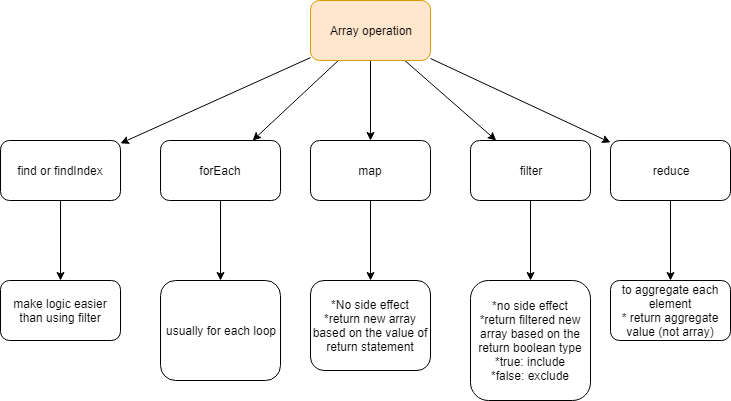
Before: array_operation.png, a diagram exported from draw.io (stsiwo/js_concept). Source tidied: cells renumbered, new cells last; positions are measured from the earlier drawing's top-left corner, leaving out a move shared by most shapes.
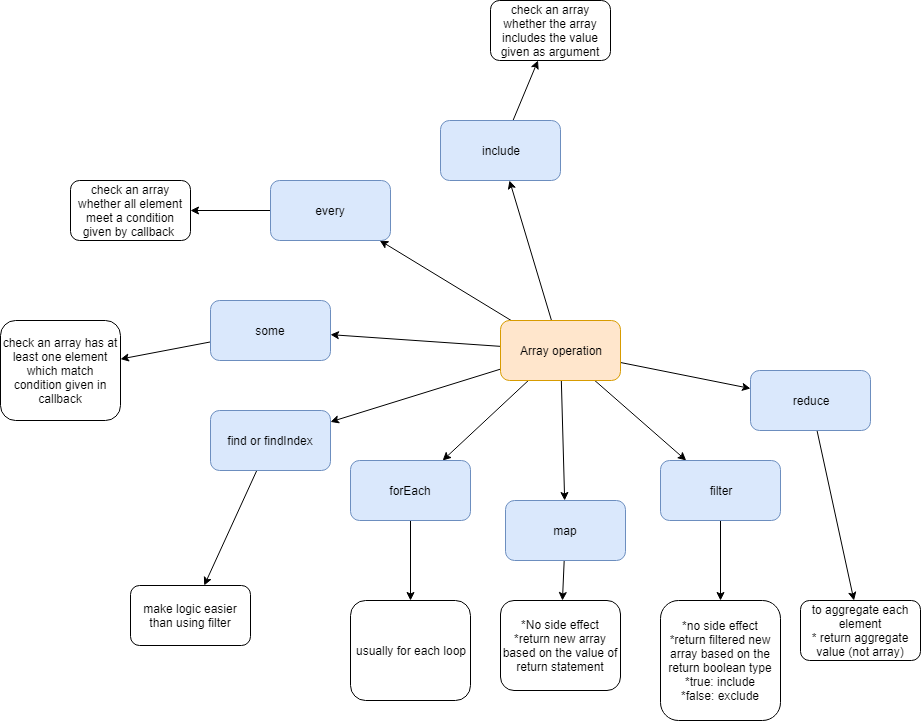
The same file after the commit.

The edit, as a diff of the source:
```diff
@@ -17,13 +17,40 @@
     <mxCell id="6" style="edgeStyle=none;rounded=0;html=1;jettySize=auto;" parent="1" edge="1" source="7" target="21">
       <mxGeometry relative="1" as="geometry" />
     </mxCell>
+    <mxCell id="23" style="edgeStyle=none;rounded=0;html=1;jettySize=auto;" parent="1" edge="1" source="7" target="33">
+      <mxGeometry relative="1" as="geometry" />
+    </mxCell>
+    <mxCell id="24" style="edgeStyle=none;rounded=0;html=1;jettySize=auto;" parent="1" edge="1" source="7" target="30">
+      <mxGeometry relative="1" as="geometry" />
+    </mxCell>
+    <mxCell id="25" style="edgeStyle=none;rounded=0;html=1;jettySize=auto;" parent="1" edge="1" source="7" target="27">
+      <mxGeometry relative="1" as="geometry" />
+    </mxCell>
     <mxCell id="7" value="Array operation" style="rounded=1;whiteSpace=wrap;html=1;fillColor=#ffe6cc;strokeColor=#d79b00;" parent="1" vertex="1">
       <mxGeometry x="310" width="120" height="60" as="geometry" />
     </mxCell>
+    <mxCell id="26" style="edgeStyle=none;rounded=0;html=1;jettySize=auto;" parent="1" edge="1" source="27" target="28">
+      <mxGeometry relative="1" as="geometry" />
+    </mxCell>
+    <mxCell id="27" value="include" style="rounded=1;whiteSpace=wrap;html=1;fillColor=#dae8fc;strokeColor=#6c8ebf;" parent="1" vertex="1">
+      <mxGeometry x="250" y="-200" width="120" height="60" as="geometry" />
+    </mxCell>
+    <mxCell id="28" value="check an array whether the array includes the value given as argument" style="rounded=1;whiteSpace=wrap;html=1;fillColor=#ffffff;strokeColor=#000000;" parent="1" vertex="1">
+      <mxGeometry x="300" y="-320" width="120" height="60" as="geometry" />
+    </mxCell>
+    <mxCell id="29" style="edgeStyle=none;rounded=0;html=1;jettySize=auto;" parent="1" edge="1" source="30" target="31">
+      <mxGeometry relative="1" as="geometry" />
+    </mxCell>
+    <mxCell id="30" value="every" style="rounded=1;whiteSpace=wrap;html=1;fillColor=#dae8fc;strokeColor=#6c8ebf;" parent="1" vertex="1">
+      <mxGeometry x="80" y="-140" width="120" height="60" as="geometry" />
+    </mxCell>
+    <mxCell id="31" value="check an array whether all element meet a condition given by callback&amp;nbsp;" style="rounded=1;whiteSpace=wrap;html=1;fillColor=#ffffff;strokeColor=#000000;" parent="1" vertex="1">
+      <mxGeometry x="-120" y="-140" width="120" height="60" as="geometry" />
+    </mxCell>
     <mxCell id="8" style="edgeStyle=none;rounded=0;html=1;jettySize=auto;" parent="1" edge="1" source="9" target="10">
       <mxGeometry relative="1" as="geometry" />
     </mxCell>
-    <mxCell id="9" value="forEach" style="rounded=1;whiteSpace=wrap;html=1;fillColor=#ffffff;strokeColor=#000000;" parent="1" vertex="1">
+    <mxCell id="9" value="forEach" style="rounded=1;whiteSpace=wrap;html=1;fillColor=#dae8fc;strokeColor=#6c8ebf;" parent="1" vertex="1">
       <mxGeometry x="160" y="140" width="120" height="60" as="geometry" />
     </mxCell>
     <mxCell id="10" value="usually for each loop" style="rounded=1;whiteSpace=wrap;html=1;fillColor=#ffffff;strokeColor=#000000;" parent="1" vertex="1">
@@ -32,8 +59,8 @@
     <mxCell id="11" style="edgeStyle=none;rounded=0;html=1;jettySize=auto;" parent="1" edge="1" source="12" target="13">
       <mxGeometry relative="1" as="geometry" />
     </mxCell>
-    <mxCell id="12" value="map" style="rounded=1;whiteSpace=wrap;html=1;fillColor=#ffffff;strokeColor=#000000;" parent="1" vertex="1">
-      <mxGeometry x="310" y="140" width="120" height="60" as="geometry" />
+    <mxCell id="12" value="map" style="rounded=1;whiteSpace=wrap;html=1;fillColor=#dae8fc;strokeColor=#6c8ebf;" parent="1" vertex="1">
+      <mxGeometry x="315" y="180" width="120" height="60" as="geometry" />
     </mxCell>
     <mxCell id="13" value="*No side effect&lt;br&gt;*return new array based on the value of return statement&lt;br&gt;" style="rounded=1;whiteSpace=wrap;html=1;fillColor=#ffffff;strokeColor=#000000;" parent="1" vertex="1">
       <mxGeometry x="310" y="280" width="120" height="90" as="geometry" />
@@ -41,7 +68,7 @@
     <mxCell id="14" style="edgeStyle=none;rounded=0;html=1;jettySize=auto;" parent="1" edge="1" source="15" target="16">
       <mxGeometry relative="1" as="geometry" />
     </mxCell>
-    <mxCell id="15" value="filter" style="rounded=1;whiteSpace=wrap;html=1;fillColor=#ffffff;strokeColor=#000000;" parent="1" vertex="1">
+    <mxCell id="15" value="filter" style="rounded=1;whiteSpace=wrap;html=1;fillColor=#dae8fc;strokeColor=#6c8ebf;" parent="1" vertex="1">
       <mxGeometry x="470" y="140" width="120" height="60" as="geometry" />
     </mxCell>
     <mxCell id="16" value="*no side effect&lt;br&gt;*return filtered new array based on the return boolean type&lt;br&gt;*true: include&lt;br&gt;*false: exclude&lt;br&gt;" style="rounded=1;whiteSpace=wrap;html=1;fillColor=#ffffff;strokeColor=#000000;" parent="1" vertex="1">
@@ -50,8 +77,8 @@
     <mxCell id="17" style="edgeStyle=none;rounded=0;html=1;jettySize=auto;" parent="1" edge="1" source="18" target="19">
       <mxGeometry relative="1" as="geometry" />
     </mxCell>
-    <mxCell id="18" value="reduce" style="rounded=1;whiteSpace=wrap;html=1;fillColor=#ffffff;strokeColor=#000000;" parent="1" vertex="1">
-      <mxGeometry x="610" y="140" width="120" height="60" as="geometry" />
+    <mxCell id="18" value="reduce" style="rounded=1;whiteSpace=wrap;html=1;fillColor=#dae8fc;strokeColor=#6c8ebf;" parent="1" vertex="1">
+      <mxGeometry x="560" y="50" width="120" height="60" as="geometry" />
     </mxCell>
     <mxCell id="19" value="to aggregate each element&lt;br&gt;* return aggregate value (not array)&lt;br&gt;" style="rounded=1;whiteSpace=wrap;html=1;fillColor=#ffffff;strokeColor=#000000;" parent="1" vertex="1">
       <mxGeometry x="610" y="280" width="120" height="60" as="geometry" />
@@ -59,11 +86,20 @@
     <mxCell id="20" style="edgeStyle=none;rounded=0;html=1;jettySize=auto;" parent="1" edge="1" source="21" target="22">
       <mxGeometry relative="1" as="geometry" />
     </mxCell>
-    <mxCell id="21" value="find or findIndex" style="rounded=1;whiteSpace=wrap;html=1;fillColor=#ffffff;strokeColor=#000000;" parent="1" vertex="1">
-      <mxGeometry y="140" width="120" height="60" as="geometry" />
+    <mxCell id="21" value="find or findIndex" style="rounded=1;whiteSpace=wrap;html=1;fillColor=#dae8fc;strokeColor=#6c8ebf;" parent="1" vertex="1">
+      <mxGeometry x="20" y="90" width="120" height="60" as="geometry" />
     </mxCell>
     <mxCell id="22" value="make logic easier than using filter" style="rounded=1;whiteSpace=wrap;html=1;fillColor=#ffffff;strokeColor=#000000;" parent="1" vertex="1">
-      <mxGeometry y="280" width="120" height="60" as="geometry" />
+      <mxGeometry x="-60" y="265" width="120" height="60" as="geometry" />
     </mxCell>
+    <mxCell id="32" style="edgeStyle=none;rounded=0;html=1;jettySize=auto;" parent="1" edge="1" source="33" target="34">
+      <mxGeometry relative="1" as="geometry" />
+    </mxCell>
+    <mxCell id="33" value="some" style="rounded=1;whiteSpace=wrap;html=1;fillColor=#dae8fc;strokeColor=#6c8ebf;" parent="1" vertex="1">
+      <mxGeometry x="20" y="-20" width="120" height="60" as="geometry" />
+    </mxCell>
+    <mxCell id="34" value="check an array has at least one element which match condition given in callback" style="rounded=1;whiteSpace=wrap;html=1;fillColor=#ffffff;strokeColor=#000000;" parent="1" vertex="1">
+      <mxGeometry x="-190" width="120" height="100" as="geometry" />
+    </mxCell>
   </root>
 </mxGraphModel>
```
